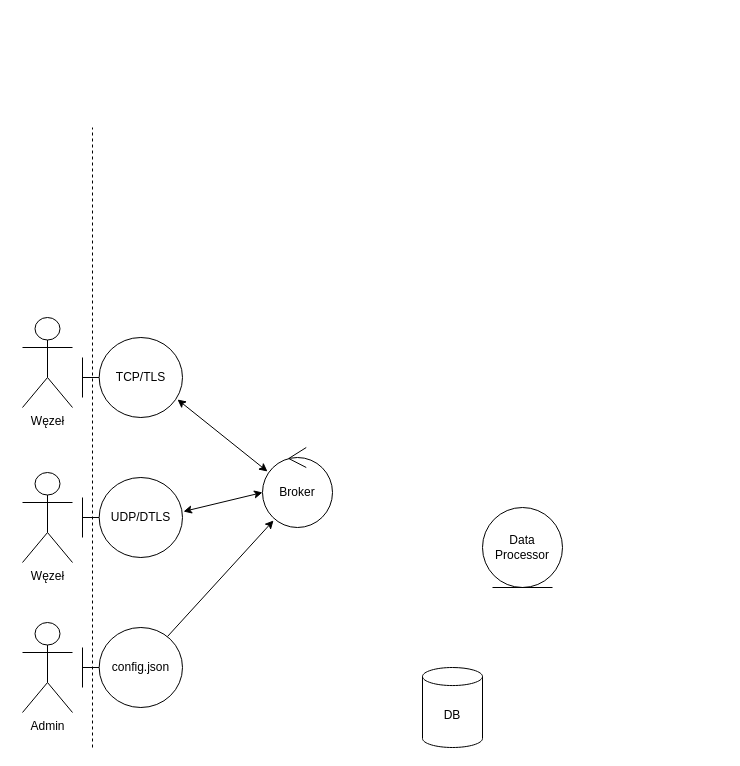
Earlier version of the draw.io diagram page "components" (6 of 7) of przypadki-uzycia/use-cases.drawio (pastor356/inz). Source tidied: cells renumbered, new cells numbered last; positions are measured from the earlier drawing's top-left corner, leaving out a move shared by most shapes. Both pictures are drawn from the tidied source at 100%, with x=0, y=0 at pixel (22, 127).
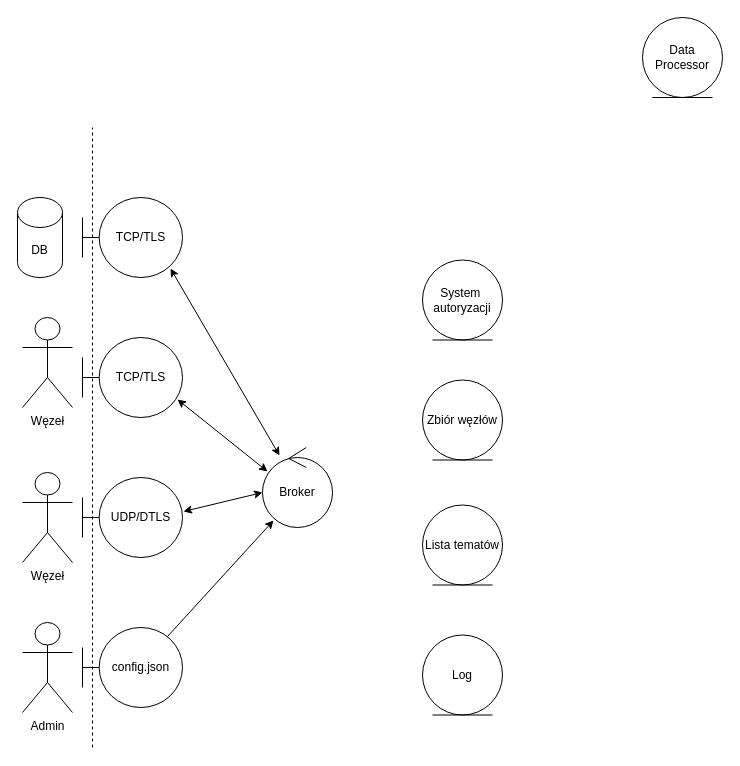
Above is the later version.

Change to the diagram source:
```diff
@@
-    <mxCell id="2" value="DB" style="shape=cylinder3;whiteSpace=wrap;html=1;boundedLbl=1;backgroundOutline=1;size=9.02862548828125;" parent="1" vertex="1">
-      <mxGeometry x="400" y="540" width="60" height="80" as="geometry" />
-    </mxCell>
     <mxCell id="3" value="Data&lt;div&gt;Processor&lt;/div&gt;" style="ellipse;shape=umlEntity;whiteSpace=wrap;html=1;" parent="1" vertex="1">
-      <mxGeometry x="460" y="380" width="80" height="80" as="geometry" />
+      <mxGeometry x="620" y="-110" width="80" height="80" as="geometry" />
     </mxCell>
@@
+    <mxCell id="15" value="Log" style="ellipse;shape=umlEntity;whiteSpace=wrap;html=1;" parent="1" vertex="1">
+      <mxGeometry x="400" y="507.5" width="80" height="80" as="geometry" />
+    </mxCell>
+    <mxCell id="16" value="Lista tematów" style="ellipse;shape=umlEntity;whiteSpace=wrap;html=1;" parent="1" vertex="1">
+      <mxGeometry x="400" y="377.5" width="80" height="80" as="geometry" />
+    </mxCell>
+    <mxCell id="17" value="Zbiór węzłów" style="ellipse;shape=umlEntity;whiteSpace=wrap;html=1;" parent="1" vertex="1">
+      <mxGeometry x="400" y="252.5" width="80" height="80" as="geometry" />
+    </mxCell>
+    <mxCell id="18" value="System&amp;nbsp;&lt;div&gt;autoryzacji&lt;/div&gt;" style="ellipse;shape=umlEntity;whiteSpace=wrap;html=1;" parent="1" vertex="1">
+      <mxGeometry x="400" y="132.5" width="80" height="80" as="geometry" />
+    </mxCell>
+    <mxCell id="2" value="DB" style="shape=cylinder3;whiteSpace=wrap;html=1;boundedLbl=1;backgroundOutline=1;size=15;" parent="1" vertex="1">
+      <mxGeometry x="-5" y="70" width="45" height="80" as="geometry" />
+    </mxCell>
+    <mxCell id="19" value="TCP/TLS" style="shape=umlBoundary;whiteSpace=wrap;html=1;" parent="1" vertex="1">
+      <mxGeometry x="60" y="70" width="100" height="80" as="geometry" />
+    </mxCell>
+    <mxCell id="20" style="endArrow=classic;startArrow=classic;html=1;rounded=0;" parent="1" edge="1">
+      <mxGeometry relative="1" as="geometry">
+        <mxPoint x="148" y="141" as="sourcePoint" />
+        <mxPoint x="257" y="328" as="targetPoint" />
+      </mxGeometry>
+    </mxCell>
```
